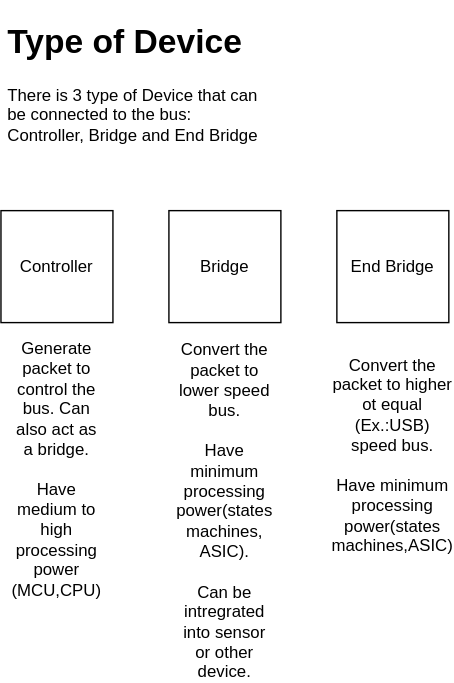
This is Controller_Bridge.svg from cdg66/BUS_figures, a draw.io export, as it was before one commit. Source tidied: cells renumbered, new cells last; positions are measured from the earlier drawing's top-left corner, leaving out a move shared by most shapes. Source of this version:
```xml
<mxGraphModel>
  <root>
    <mxCell id="0" />
    <mxCell id="1" parent="0" />
    <mxCell id="2" value="Controller" style="whiteSpace=wrap;html=1;" parent="1" vertex="1">
      <mxGeometry y="140" width="80" height="80" as="geometry" />
    </mxCell>
    <mxCell id="3" value="Bridge" style="whiteSpace=wrap;html=1;" parent="1" vertex="1">
      <mxGeometry x="120" y="140" width="80" height="80" as="geometry" />
    </mxCell>
    <mxCell id="4" value="End Bridge" style="whiteSpace=wrap;html=1;" parent="1" vertex="1">
      <mxGeometry x="240" y="140" width="80" height="80" as="geometry" />
    </mxCell>
    <mxCell id="5" value="&lt;div&gt;Convert the packet to lower speed bus.&lt;/div&gt;&lt;div&gt;&lt;br&gt;&lt;/div&gt;&lt;div&gt;Have minimum processing power(states machines, ASIC).&lt;/div&gt;&lt;div&gt;&lt;br&gt;&lt;/div&gt;&lt;div&gt;Can be intregrated into sensor or other device.&lt;br&gt;&lt;/div&gt;" style="text;html=1;strokeColor=none;fillColor=none;align=center;verticalAlign=middle;whiteSpace=wrap;rounded=0;" parent="1" vertex="1">
      <mxGeometry x="130" y="340" width="60" height="30" as="geometry" />
    </mxCell>
    <mxCell id="6" value="&lt;div&gt;Convert the packet to higher ot equal (Ex.:USB) speed bus. &lt;br&gt;&lt;/div&gt;&lt;div&gt;&lt;br&gt;&lt;/div&gt;&lt;div&gt;Have minimum processing power(states machines,ASIC)&lt;/div&gt;" style="text;html=1;strokeColor=none;fillColor=none;align=center;verticalAlign=middle;whiteSpace=wrap;rounded=0;" parent="1" vertex="1">
      <mxGeometry x="250" y="300" width="60" height="30" as="geometry" />
    </mxCell>
    <mxCell id="7" value="&lt;div&gt;Generate packet to control the bus. Can also act as a bridge.&lt;/div&gt;&lt;div&gt;&lt;br&gt;&lt;/div&gt;&lt;div&gt;Have medium to high processing power&lt;/div&gt;&lt;div&gt;(MCU,CPU)&lt;/div&gt;" style="text;html=1;strokeColor=none;fillColor=none;align=center;verticalAlign=middle;whiteSpace=wrap;rounded=0;" parent="1" vertex="1">
      <mxGeometry x="10" y="310" width="60" height="30" as="geometry" />
    </mxCell>
    <mxCell id="8" value="&lt;h1&gt;Type of Device&lt;br&gt;&lt;/h1&gt;There is 3 type of Device that can be connected to the bus: Controller, Bridge and End Bridge" style="text;html=1;strokeColor=none;fillColor=none;spacing=5;spacingTop=-20;whiteSpace=wrap;overflow=hidden;rounded=0;" parent="1" vertex="1">
      <mxGeometry width="190" height="120" as="geometry" />
    </mxCell>
  </root>
</mxGraphModel>
```
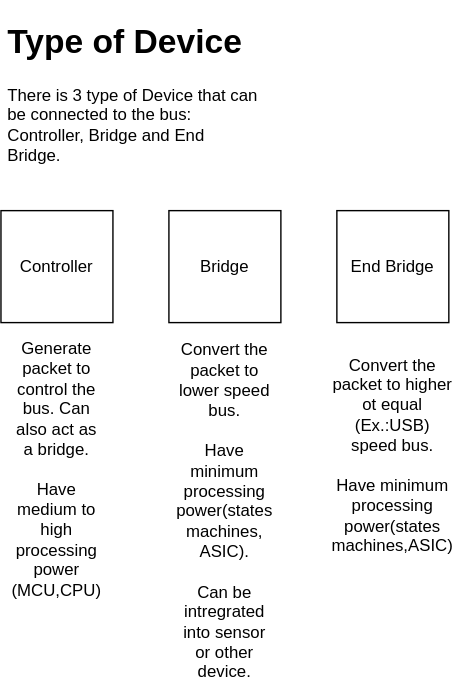
After the change.

What changed in the source:
```diff
@@ -20,7 +20,7 @@
     <mxCell id="7" value="&lt;div&gt;Generate packet to control the bus. Can also act as a bridge.&lt;/div&gt;&lt;div&gt;&lt;br&gt;&lt;/div&gt;&lt;div&gt;Have medium to high processing power&lt;/div&gt;&lt;div&gt;(MCU,CPU)&lt;/div&gt;" style="text;html=1;strokeColor=none;fillColor=none;align=center;verticalAlign=middle;whiteSpace=wrap;rounded=0;" parent="1" vertex="1">
       <mxGeometry x="10" y="310" width="60" height="30" as="geometry" />
     </mxCell>
-    <mxCell id="8" value="&lt;h1&gt;Type of Device&lt;br&gt;&lt;/h1&gt;There is 3 type of Device that can be connected to the bus: Controller, Bridge and End Bridge" style="text;html=1;strokeColor=none;fillColor=none;spacing=5;spacingTop=-20;whiteSpace=wrap;overflow=hidden;rounded=0;" parent="1" vertex="1">
+    <mxCell id="8" value="&lt;h1&gt;Type of Device&lt;br&gt;&lt;/h1&gt;There is 3 type of Device that can be connected to the bus: Controller, Bridge and End Bridge. " style="text;html=1;strokeColor=none;fillColor=none;spacing=5;spacingTop=-20;whiteSpace=wrap;overflow=hidden;rounded=0;" parent="1" vertex="1">
       <mxGeometry width="190" height="120" as="geometry" />
     </mxCell>
   </root>
```
